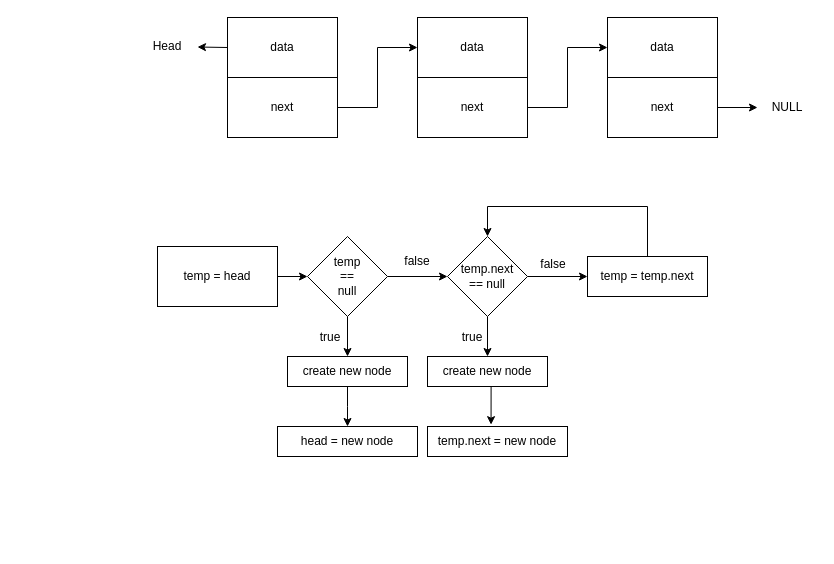
This is add node to end of linked list.drawio from tenyapious/whiteboarding-flowchart, a draw.io file, before an edit. Source tidied: cells renumbered, new cells numbered last; positions are measured from the earlier drawing's top-left corner, leaving out a move shared by most shapes. Both pictures are drawn from the tidied source at 100%, with x=0, y=0 at pixel (137, 17).
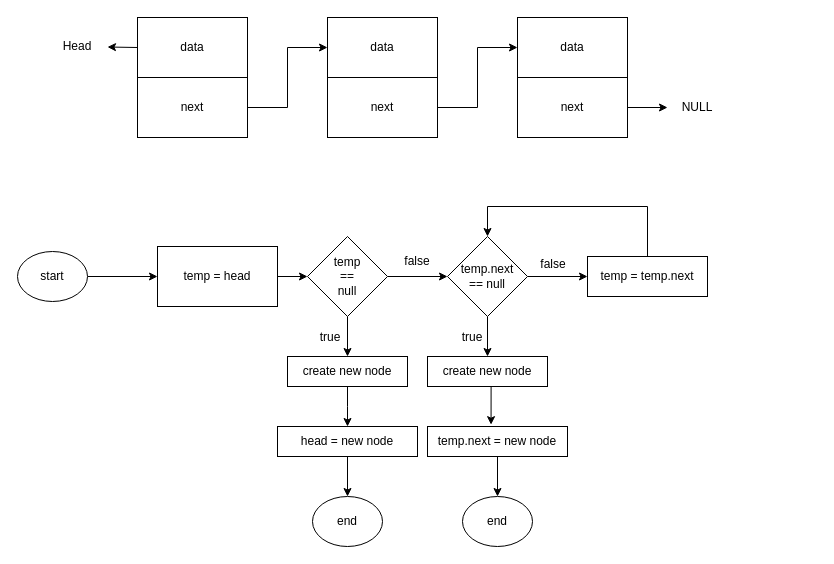
Above is the later version.

Commit message:
use appropriate symbols for start and end process

The change refers to these unchanged cells:
```xml
<mxCell id="18" value="temp = head" style="rounded=0;whiteSpace=wrap;html=1;" parent="1" vertex="1">
  <mxGeometry x="20" y="229" width="120" height="60" as="geometry" />
</mxCell>
<mxCell id="25" value="head = new node" style="rounded=0;whiteSpace=wrap;html=1;" parent="1" vertex="1">
  <mxGeometry x="140" y="409" width="140" height="30" as="geometry" />
</mxCell>
<mxCell id="28" value="temp.next = new node" style="rounded=0;whiteSpace=wrap;html=1;" parent="1" vertex="1">
  <mxGeometry x="290" y="409" width="140" height="30" as="geometry" />
</mxCell>
```

The edit, as a diff of the source:
```diff
@@
     <mxCell id="3" value="next" style="rounded=0;whiteSpace=wrap;html=1;" parent="1" vertex="1">
-      <mxGeometry x="90" y="60" width="110" height="60" as="geometry" />
+      <mxGeometry y="60" width="110" height="60" as="geometry" />
     </mxCell>
     <mxCell id="4" value="data" style="rounded=0;whiteSpace=wrap;html=1;" parent="1" vertex="1">
-      <mxGeometry x="90" width="110" height="60" as="geometry" />
+      <mxGeometry width="110" height="60" as="geometry" />
     </mxCell>
@@
     <mxCell id="6" value="next" style="rounded=0;whiteSpace=wrap;html=1;" parent="1" vertex="1">
-      <mxGeometry x="280" y="60" width="110" height="60" as="geometry" />
+      <mxGeometry x="190" y="60" width="110" height="60" as="geometry" />
     </mxCell>
     <mxCell id="7" value="data" style="rounded=0;whiteSpace=wrap;html=1;" parent="1" vertex="1">
-      <mxGeometry x="280" width="110" height="60" as="geometry" />
+      <mxGeometry x="190" width="110" height="60" as="geometry" />
     </mxCell>
@@
     <mxCell id="9" value="next" style="rounded=0;whiteSpace=wrap;html=1;" parent="1" vertex="1">
-      <mxGeometry x="470" y="60" width="110" height="60" as="geometry" />
+      <mxGeometry x="380" y="60" width="110" height="60" as="geometry" />
     </mxCell>
     <mxCell id="10" value="data" style="rounded=0;whiteSpace=wrap;html=1;" parent="1" vertex="1">
-      <mxGeometry x="470" width="110" height="60" as="geometry" />
+      <mxGeometry x="380" width="110" height="60" as="geometry" />
     </mxCell>
     <mxCell id="11" value="NULL" style="text;html=1;strokeColor=none;fillColor=none;align=center;verticalAlign=middle;whiteSpace=wrap;rounded=0;" parent="1" vertex="1">
-      <mxGeometry x="620" y="75" width="60" height="30" as="geometry" />
+      <mxGeometry x="530" y="75" width="60" height="30" as="geometry" />
     </mxCell>
@@
     <mxCell id="13" value="Head" style="text;html=1;strokeColor=none;fillColor=none;align=center;verticalAlign=middle;whiteSpace=wrap;rounded=0;" parent="1" vertex="1">
-      <mxGeometry y="14" width="60" height="30" as="geometry" />
+      <mxGeometry x="-90" y="14" width="60" height="30" as="geometry" />
     </mxCell>
@@
+    <mxCell id="34" style="edgeStyle=orthogonalEdgeStyle;rounded=0;jettySize=auto;html=1;exitX=0.5;exitY=1;exitDx=0;exitDy=0;entryX=0.5;entryY=0;entryDx=0;entryDy=0;" parent="1" edge="1" source="25" target="38">
+      <mxGeometry relative="1" as="geometry" />
+    </mxCell>
@@
+    <mxCell id="35" style="edgeStyle=orthogonalEdgeStyle;rounded=0;jettySize=auto;html=1;exitX=0.5;exitY=1;exitDx=0;exitDy=0;" parent="1" edge="1" source="28" target="39">
+      <mxGeometry relative="1" as="geometry" />
+    </mxCell>
@@
+    <mxCell id="36" style="edgeStyle=orthogonalEdgeStyle;rounded=0;jettySize=auto;html=1;exitX=1;exitY=0.5;exitDx=0;exitDy=0;entryX=0;entryY=0.5;entryDx=0;entryDy=0;" parent="1" edge="1" source="37" target="18">
+      <mxGeometry relative="1" as="geometry" />
+    </mxCell>
+    <mxCell id="37" value="start" style="ellipse;whiteSpace=wrap;html=1;" parent="1" vertex="1">
+      <mxGeometry x="-120" y="234" width="70" height="50" as="geometry" />
+    </mxCell>
+    <mxCell id="38" value="end" style="ellipse;whiteSpace=wrap;html=1;" parent="1" vertex="1">
+      <mxGeometry x="175" y="479" width="70" height="50" as="geometry" />
+    </mxCell>
+    <mxCell id="39" value="end" style="ellipse;whiteSpace=wrap;html=1;" parent="1" vertex="1">
+      <mxGeometry x="325" y="479" width="70" height="50" as="geometry" />
+    </mxCell>
```
